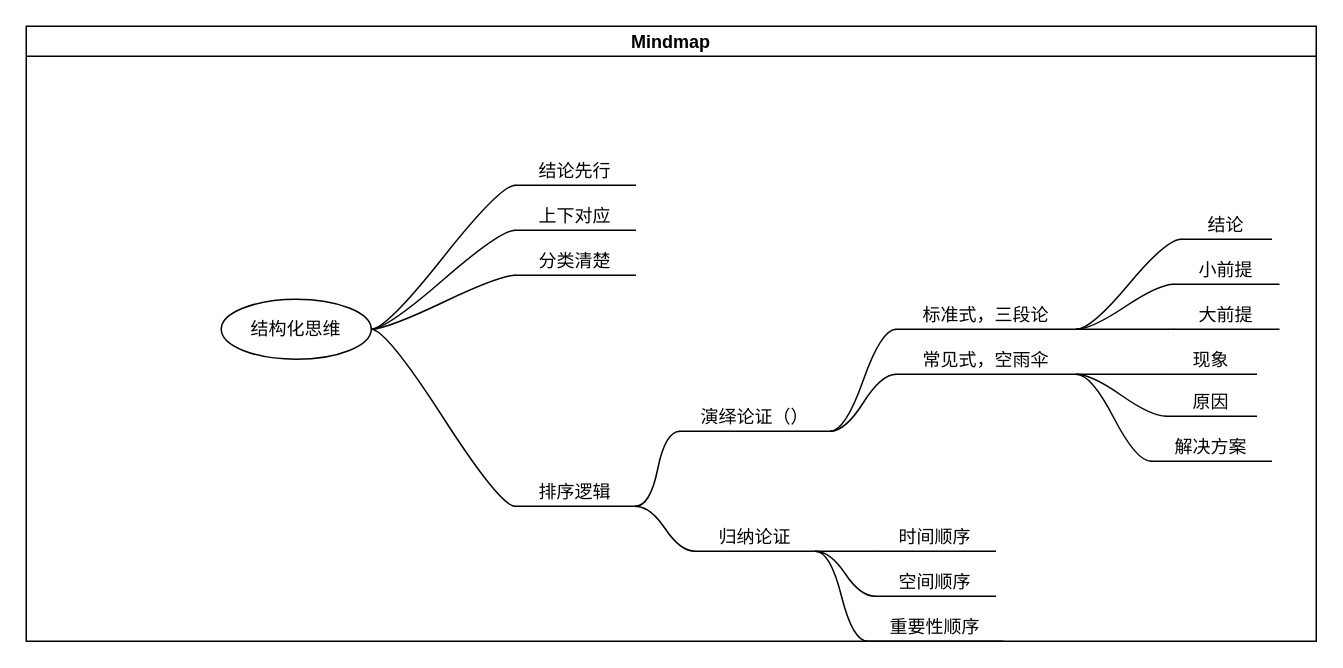
Before: eleme/structured_thinking.drawio in zhangwm1987/mydraw_io, a draw.io diagram. Source tidied: cells renumbered, new cells numbered last; positions are measured from the earlier drawing's top-left corner, leaving out a move shared by most shapes. Both pictures are drawn from the tidied source at 150%, with x=0, y=0 at pixel (26, 26).
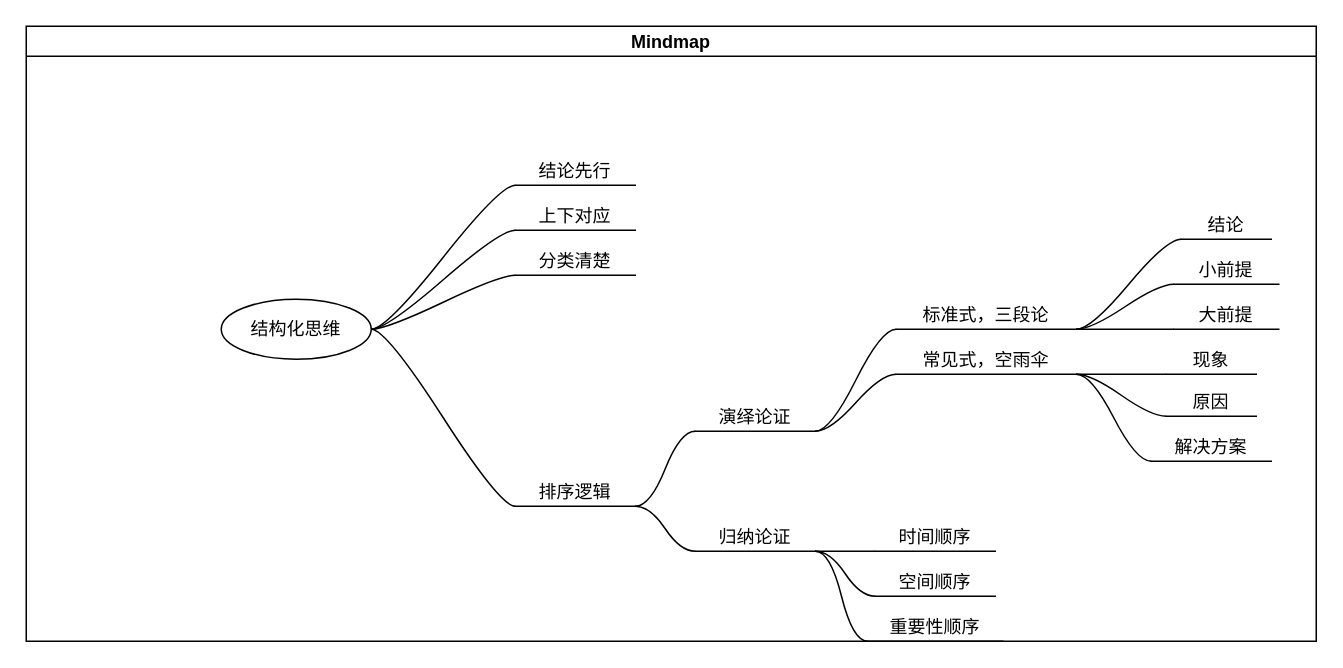
After the change.

Unchanged cells that the change refers to:
```xml
<mxCell id="2" value="Mindmap" style="swimlane;startSize=20;horizontal=1;containerType=tree;" parent="1" vertex="1">
  <mxGeometry width="860" height="410" as="geometry" />
</mxCell>
```

Change to the diagram source:
```diff
@@
-    <mxCell id="13" value="演绎论证（）" style="whiteSpace=wrap;html=1;shape=partialRectangle;top=0;left=0;bottom=1;right=0;points=[[0,1],[1,1]];fillColor=none;align=center;verticalAlign=bottom;routingCenterY=0.5;snapToPoint=1;newEdgeStyle={&quot;edgeStyle&quot;:&quot;entityRelationEdgeStyle&quot;,&quot;startArrow&quot;:&quot;none&quot;,&quot;endArrow&quot;:&quot;none&quot;,&quot;segment&quot;:10,&quot;curved&quot;:1};" parent="2" vertex="1">
-      <mxGeometry x="436" y="250" width="100" height="20" as="geometry" />
+    <mxCell id="13" value="演绎论证" style="whiteSpace=wrap;html=1;shape=partialRectangle;top=0;left=0;bottom=1;right=0;points=[[0,1],[1,1]];fillColor=none;align=center;verticalAlign=bottom;routingCenterY=0.5;snapToPoint=1;newEdgeStyle={&quot;edgeStyle&quot;:&quot;entityRelationEdgeStyle&quot;,&quot;startArrow&quot;:&quot;none&quot;,&quot;endArrow&quot;:&quot;none&quot;,&quot;segment&quot;:10,&quot;curved&quot;:1};" parent="2" vertex="1">
+      <mxGeometry x="446" y="250" width="80" height="20" as="geometry" />
     </mxCell>
```
